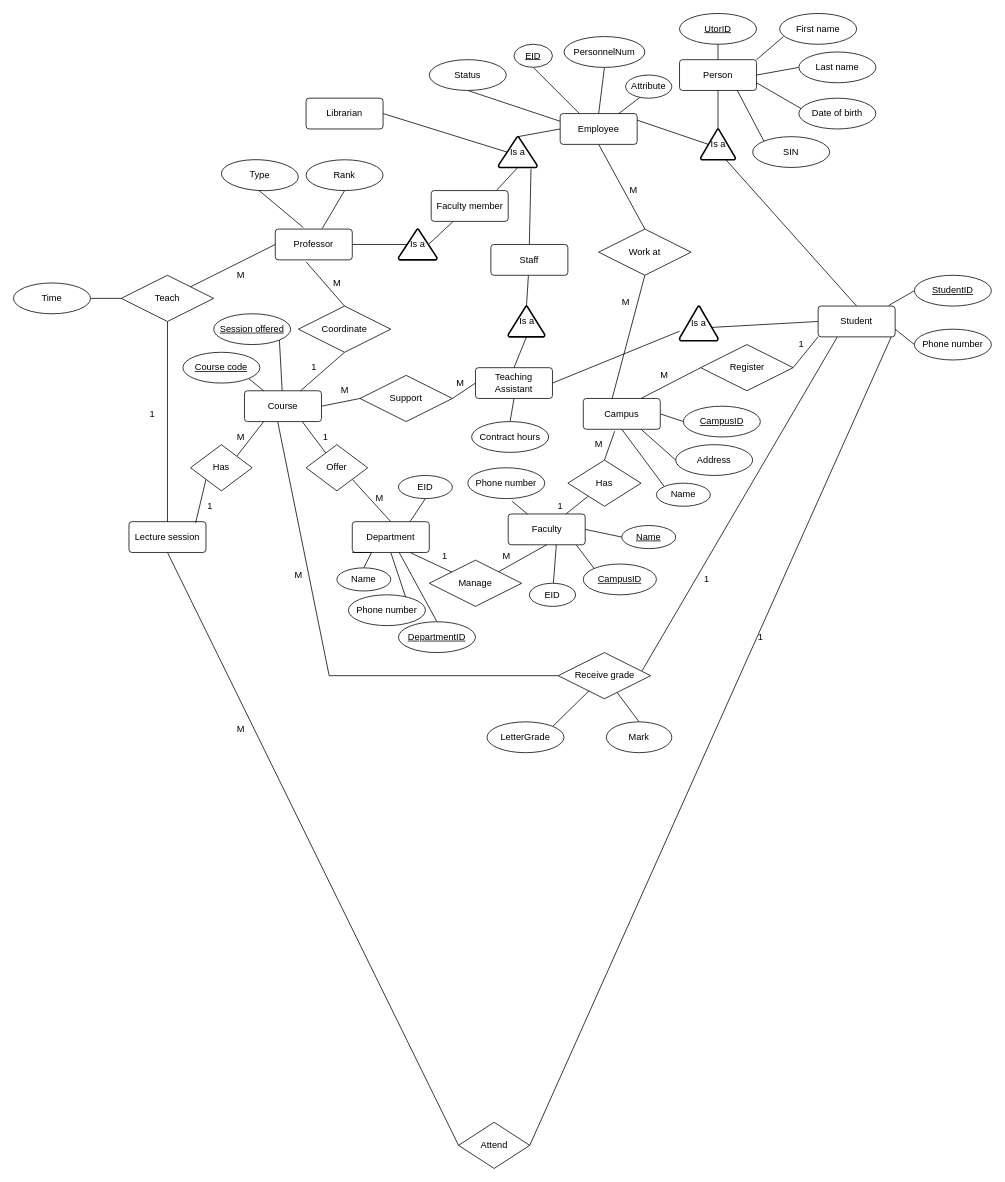
The draw.io diagram Untitled Diagram.drawio in ListenBuddy/CSC343LAB2, before the edit. Source tidied: cells renumbered, new cells numbered last; positions are measured from the earlier drawing's top-left corner, leaving out a move shared by most shapes. Both pictures are drawn from the tidied source at 77%, with x=0, y=0 at pixel (13, 13).
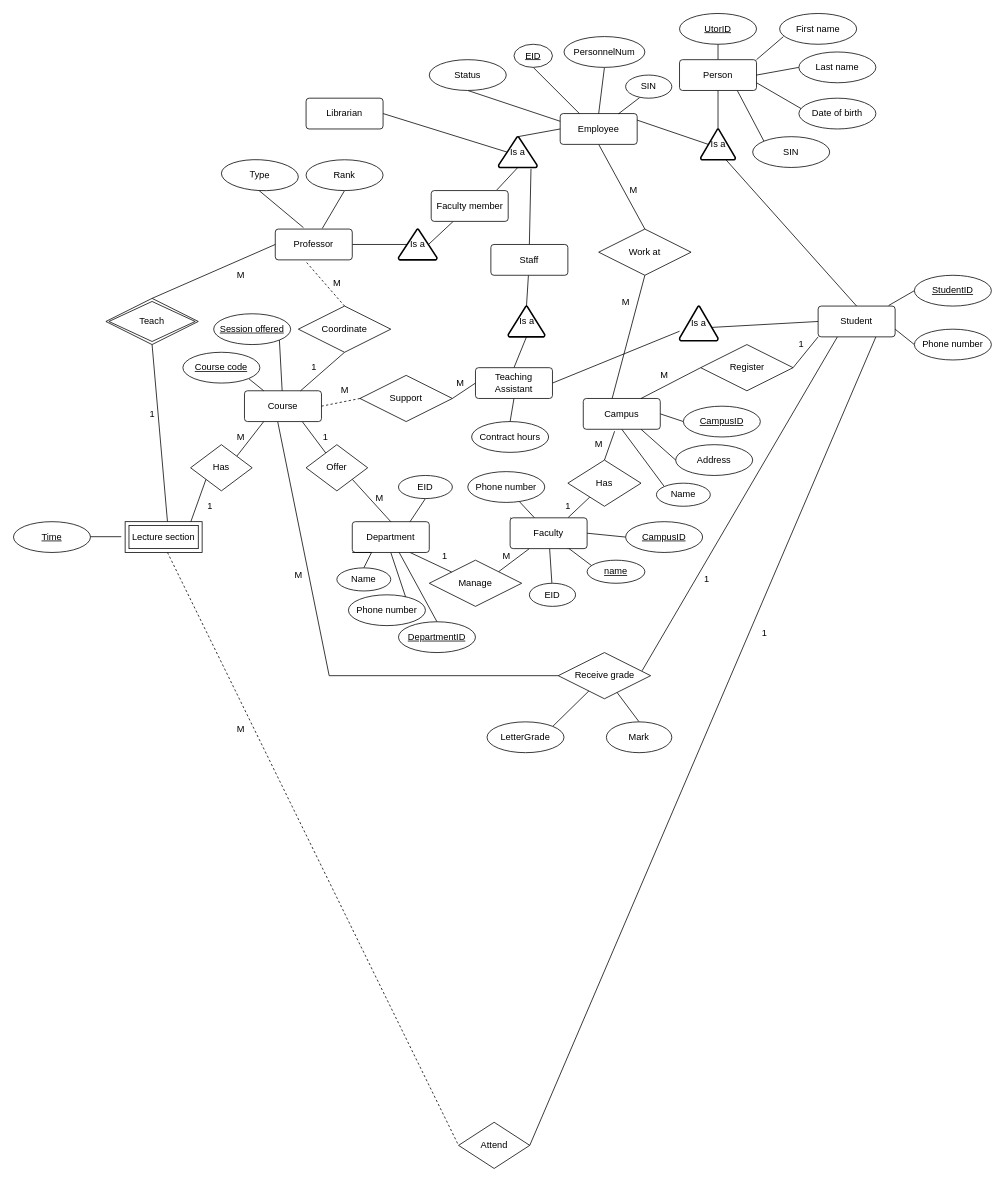
The same page after the edit.

The change refers to these unchanged cells:
```xml
<mxCell id="5" value="Manage" style="shape=rhombus;perimeter=rhombusPerimeter;whiteSpace=wrap;html=1;align=center;" parent="1" vertex="1">
  <mxGeometry x="540" y="710" width="120" height="60" as="geometry" />
</mxCell>
<mxCell id="21" value="Course" style="rounded=1;arcSize=10;whiteSpace=wrap;html=1;align=center;" parent="1" vertex="1">
  <mxGeometry x="300" y="490" width="100" height="40" as="geometry" />
</mxCell>
<mxCell id="28" value="Coordinate" style="shape=rhombus;perimeter=rhombusPerimeter;whiteSpace=wrap;html=1;align=center;" parent="1" vertex="1">
  <mxGeometry x="370" y="380" width="120" height="60" as="geometry" />
</mxCell>
<mxCell id="32" value="Professor" style="rounded=1;arcSize=10;whiteSpace=wrap;html=1;align=center;" parent="1" vertex="1">
  <mxGeometry x="340" y="280" width="100" height="40" as="geometry" />
</mxCell>
<mxCell id="34" value="Has" style="shape=rhombus;perimeter=rhombusPerimeter;whiteSpace=wrap;html=1;align=center;" parent="1" vertex="1">
  <mxGeometry x="720" y="580" width="95" height="60" as="geometry" />
</mxCell>
<mxCell id="45" value="Attend" style="shape=rhombus;perimeter=rhombusPerimeter;whiteSpace=wrap;html=1;align=center;" parent="1" vertex="1">
  <mxGeometry x="578" y="1440" width="92.5" height="60" as="geometry" />
</mxCell>
<mxCell id="74" value="Support" style="shape=rhombus;perimeter=rhombusPerimeter;whiteSpace=wrap;html=1;align=center;" parent="1" vertex="1">
  <mxGeometry x="450" y="470" width="120" height="60" as="geometry" />
</mxCell>
<mxCell id="81" value="Has" style="shape=rhombus;perimeter=rhombusPerimeter;whiteSpace=wrap;html=1;align=center;" parent="1" vertex="1">
  <mxGeometry x="230" y="560" width="80" height="60" as="geometry" />
</mxCell>
<mxCell id="86" value="Student" style="rounded=1;arcSize=10;whiteSpace=wrap;html=1;align=center;" parent="1" vertex="1">
  <mxGeometry x="1045" y="380" width="100" height="40" as="geometry" />
</mxCell>
<mxCell id="98" value="EID" style="ellipse;whiteSpace=wrap;html=1;align=center;" parent="1" vertex="1">
  <mxGeometry x="670" y="740" width="60" height="30" as="geometry" />
</mxCell>
```

Diff of the diagram source:
```diff
@@
-    <mxCell id="2" style="edgeStyle=none;rounded=0;jettySize=auto;html=1;exitX=0.75;exitY=0;exitDx=0;exitDy=0;endArrow=none;endFill=0;" parent="1" edge="1" source="3" target="34">
+    <mxCell id="2" style="edgeStyle=none;rounded=0;jettySize=auto;html=1;endArrow=none;endFill=0;exitX=0.75;exitY=0;exitDx=0;exitDy=0;" parent="1" edge="1" source="3" target="34">
       <mxGeometry relative="1" as="geometry" />
     </mxCell>
-    <mxCell id="3" value="Faculty" style="rounded=1;arcSize=10;whiteSpace=wrap;html=1;align=center;" parent="1" vertex="1">
-      <mxGeometry x="642.5" y="650" width="100" height="40" as="geometry" />
-    </mxCell>
-    <mxCell id="4" style="edgeStyle=none;rounded=0;jettySize=auto;html=1;exitX=1;exitY=0;exitDx=0;exitDy=0;entryX=0.5;entryY=1;entryDx=0;entryDy=0;endArrow=none;endFill=0;" parent="1" edge="1" source="5" target="3">
+    <mxCell id="4" style="edgeStyle=none;rounded=0;jettySize=auto;html=1;exitX=1;exitY=0;exitDx=0;exitDy=0;endArrow=none;endFill=0;entryX=0.25;entryY=1;entryDx=0;entryDy=0;" parent="1" edge="1" source="5" target="3">
       <mxGeometry relative="1" as="geometry" />
     </mxCell>
@@
-    <mxCell id="10" style="rounded=0;jettySize=auto;html=1;exitX=0;exitY=0.5;exitDx=0;exitDy=0;entryX=1;entryY=0.5;entryDx=0;entryDy=0;endArrow=none;endFill=0;" parent="1" edge="1" source="11" target="3">
+    <mxCell id="10" style="rounded=0;jettySize=auto;html=1;endArrow=none;endFill=0;entryX=1;entryY=0.5;entryDx=0;entryDy=0;exitX=0;exitY=0.5;exitDx=0;exitDy=0;" parent="1" edge="1" source="100" target="3">
       <mxGeometry relative="1" as="geometry" />
     </mxCell>
-    <mxCell id="11" value="&lt;u&gt;Name&lt;/u&gt;" style="ellipse;whiteSpace=wrap;html=1;align=center;" parent="1" vertex="1">
-      <mxGeometry x="790" y="665" width="70" height="30" as="geometry" />
-    </mxCell>
@@
-    <mxCell id="14" style="edgeStyle=none;rounded=0;jettySize=auto;html=1;exitX=0.577;exitY=1.092;exitDx=0;exitDy=0;entryX=0.25;entryY=0;entryDx=0;entryDy=0;endArrow=none;endFill=0;exitPerimeter=0;" parent="1" edge="1" source="15" target="3">
+    <mxCell id="14" style="edgeStyle=none;rounded=0;jettySize=auto;html=1;endArrow=none;endFill=0;" parent="1" edge="1" source="15" target="3">
       <mxGeometry relative="1" as="geometry" />
     </mxCell>
     <mxCell id="15" value="Phone number" style="ellipse;whiteSpace=wrap;html=1;align=center;" parent="1" vertex="1">
-      <mxGeometry x="590" y="590" width="100" height="40" as="geometry" />
+      <mxGeometry x="590" y="595" width="100" height="40" as="geometry" />
     </mxCell>
@@
-    <mxCell id="26" style="edgeStyle=none;rounded=0;jettySize=auto;html=1;exitX=0.5;exitY=0;exitDx=0;exitDy=0;entryX=0.4;entryY=1.064;entryDx=0;entryDy=0;entryPerimeter=0;endArrow=none;endFill=0;" parent="1" edge="1" source="28" target="32">
+    <mxCell id="26" style="edgeStyle=none;rounded=0;jettySize=auto;html=1;exitX=0.5;exitY=0;exitDx=0;exitDy=0;entryX=0.4;entryY=1.064;entryDx=0;entryDy=0;entryPerimeter=0;endArrow=none;endFill=0;dashed=1;" parent="1" edge="1" source="28" target="32">
       <mxGeometry relative="1" as="geometry" />
     </mxCell>
@@
-    <mxCell id="35" style="edgeStyle=none;rounded=0;jettySize=auto;html=1;exitX=0.5;exitY=1;exitDx=0;exitDy=0;entryX=0;entryY=0.5;entryDx=0;entryDy=0;endArrow=none;endFill=0;" parent="1" edge="1" source="36" target="45">
-      <mxGeometry relative="1" as="geometry" />
+    <mxCell id="35" style="edgeStyle=none;rounded=0;jettySize=auto;html=1;exitX=0.5;exitY=1;exitDx=0;exitDy=0;entryX=0;entryY=0.5;entryDx=0;entryDy=0;endArrow=none;endFill=0;dashed=1;" parent="1" edge="1" target="45">
+      <mxGeometry relative="1" as="geometry">
+        <mxPoint x="200" y="700" as="sourcePoint" />
+      </mxGeometry>
     </mxCell>
-    <mxCell id="36" value="Lecture session" style="rounded=1;arcSize=10;whiteSpace=wrap;html=1;align=center;" parent="1" vertex="1">
-      <mxGeometry x="150" y="660" width="100" height="40" as="geometry" />
-    </mxCell>
+    <mxCell id="157" style="edgeStyle=none;rounded=0;orthogonalLoop=1;jettySize=auto;html=1;exitX=0;exitY=0.5;exitDx=0;exitDy=0;entryX=1;entryY=0.5;entryDx=0;entryDy=0;endArrow=none;endFill=0;" parent="1" edge="1">
+      <mxGeometry relative="1" as="geometry">
+        <mxPoint x="140" y="679.5" as="sourcePoint" />
+        <mxPoint x="100" y="679.5" as="targetPoint" />
+      </mxGeometry>
+    </mxCell>
-    <mxCell id="37" style="rounded=0;jettySize=auto;html=1;exitX=1;exitY=0;exitDx=0;exitDy=0;entryX=0;entryY=0.5;entryDx=0;entryDy=0;endArrow=none;endFill=0;" parent="1" edge="1" source="39" target="32">
+    <mxCell id="37" style="rounded=0;jettySize=auto;html=1;exitX=0.5;exitY=0;exitDx=0;exitDy=0;entryX=0;entryY=0.5;entryDx=0;entryDy=0;endArrow=none;endFill=0;" parent="1" edge="1" source="39" target="32">
       <mxGeometry relative="1" as="geometry" />
     </mxCell>
-    <mxCell id="38" style="edgeStyle=none;rounded=0;jettySize=auto;html=1;exitX=0.5;exitY=1;exitDx=0;exitDy=0;entryX=0.5;entryY=0;entryDx=0;entryDy=0;endArrow=none;endFill=0;" parent="1" edge="1" source="39" target="36">
-      <mxGeometry relative="1" as="geometry" />
+    <mxCell id="38" style="edgeStyle=none;rounded=0;jettySize=auto;html=1;exitX=0.5;exitY=1;exitDx=0;exitDy=0;entryX=0.5;entryY=0;entryDx=0;entryDy=0;endArrow=none;endFill=0;" parent="1" edge="1" source="39">
+      <mxGeometry relative="1" as="geometry">
+        <mxPoint x="200" y="660" as="targetPoint" />
+      </mxGeometry>
     </mxCell>
-    <mxCell id="39" value="Teach" style="shape=rhombus;perimeter=rhombusPerimeter;whiteSpace=wrap;html=1;align=center;" parent="1" vertex="1">
-      <mxGeometry x="140" y="340" width="120" height="60" as="geometry" />
-    </mxCell>
@@
-    <mxCell id="41" style="edgeStyle=none;rounded=0;jettySize=auto;html=1;exitX=1;exitY=0.5;exitDx=0;exitDy=0;entryX=0;entryY=0.5;entryDx=0;entryDy=0;endArrow=none;endFill=0;" parent="1" edge="1" source="42" target="39">
-      <mxGeometry relative="1" as="geometry" />
-    </mxCell>
-    <mxCell id="42" value="Time" style="ellipse;whiteSpace=wrap;html=1;align=center;" parent="1" vertex="1">
-      <mxGeometry y="350" width="100" height="40" as="geometry" />
-    </mxCell>
-    <mxCell id="43" style="edgeStyle=none;rounded=0;orthogonalLoop=1;jettySize=auto;html=1;exitX=1;exitY=1;exitDx=0;exitDy=0;startArrow=none;startFill=0;endArrow=none;endFill=0;" parent="1" edge="1" source="39" target="39">
-      <mxGeometry relative="1" as="geometry" />
+    <mxCell id="43" style="edgeStyle=none;rounded=0;orthogonalLoop=1;jettySize=auto;html=1;exitX=1;exitY=1;exitDx=0;exitDy=0;startArrow=none;startFill=0;endArrow=none;endFill=0;" parent="1" edge="1">
+      <mxGeometry relative="1" as="geometry">
+        <mxPoint x="225" y="395" as="sourcePoint" />
+        <mxPoint x="225" y="395" as="targetPoint" />
+      </mxGeometry>
     </mxCell>
-    <mxCell id="44" style="edgeStyle=none;rounded=0;jettySize=auto;html=1;exitX=1;exitY=0.5;exitDx=0;exitDy=0;endArrow=none;endFill=0;entryX=0.95;entryY=1;entryDx=0;entryDy=0;entryPerimeter=0;" parent="1" edge="1" source="45" target="86">
+    <mxCell id="44" style="edgeStyle=none;rounded=0;jettySize=auto;html=1;exitX=1;exitY=0.5;exitDx=0;exitDy=0;endArrow=none;endFill=0;entryX=0.75;entryY=1;entryDx=0;entryDy=0;" parent="1" edge="1" source="45" target="86">
       <mxGeometry relative="1" as="geometry" />
     </mxCell>
@@
-    <mxCell id="73" style="edgeStyle=none;rounded=0;jettySize=auto;html=1;exitX=0;exitY=0.5;exitDx=0;exitDy=0;endArrow=none;endFill=0;entryX=1;entryY=0.5;entryDx=0;entryDy=0;" parent="1" edge="1" source="74" target="21">
+    <mxCell id="73" style="edgeStyle=none;rounded=0;jettySize=auto;html=1;exitX=0;exitY=0.5;exitDx=0;exitDy=0;endArrow=none;endFill=0;entryX=1;entryY=0.5;entryDx=0;entryDy=0;dashed=1;" parent="1" edge="1" source="74" target="21">
       <mxGeometry relative="1" as="geometry" />
     </mxCell>
@@
-    <mxCell id="80" style="edgeStyle=none;rounded=0;jettySize=auto;html=1;exitX=0;exitY=1;exitDx=0;exitDy=0;entryX=0.866;entryY=0.036;entryDx=0;entryDy=0;entryPerimeter=0;endArrow=none;endFill=0;" parent="1" edge="1" source="81" target="36">
-      <mxGeometry relative="1" as="geometry" />
+    <mxCell id="80" style="edgeStyle=none;rounded=0;jettySize=auto;html=1;exitX=0;exitY=1;exitDx=0;exitDy=0;endArrow=none;endFill=0;" parent="1" edge="1" source="81">
+      <mxGeometry relative="1" as="geometry">
+        <mxPoint x="230" y="661" as="targetPoint" />
+      </mxGeometry>
     </mxCell>
@@
-    <mxCell id="97" style="edgeStyle=none;rounded=0;jettySize=auto;html=1;entryX=0.625;entryY=1;entryDx=0;entryDy=0;entryPerimeter=0;endArrow=none;endFill=0;" parent="1" edge="1" source="98" target="3">
+    <mxCell id="97" style="edgeStyle=none;rounded=0;jettySize=auto;html=1;endArrow=none;endFill=0;entryX=0.513;entryY=1;entryDx=0;entryDy=0;entryPerimeter=0;" parent="1" edge="1" source="98" target="3">
       <mxGeometry relative="1" as="geometry" />
     </mxCell>
@@
-    <mxCell id="99" style="edgeStyle=none;rounded=0;jettySize=auto;html=1;exitX=0;exitY=0;exitDx=0;exitDy=0;entryX=0.885;entryY=1.009;entryDx=0;entryDy=0;entryPerimeter=0;endArrow=none;endFill=0;" parent="1" edge="1" source="100" target="3">
-      <mxGeometry relative="1" as="geometry" />
+    <mxCell id="99" style="edgeStyle=none;rounded=0;jettySize=auto;html=1;exitX=0;exitY=0;exitDx=0;exitDy=0;endArrow=none;endFill=0;" parent="1" edge="1" source="3">
+      <mxGeometry relative="1" as="geometry">
+        <mxPoint x="720.8" y="695" as="targetPoint" />
+      </mxGeometry>
     </mxCell>
-    <mxCell id="100" value="&lt;u&gt;CampusID&lt;/u&gt;" style="ellipse;whiteSpace=wrap;html=1;align=center;" parent="1" vertex="1">
-      <mxGeometry x="740" y="715" width="95" height="40" as="geometry" />
-    </mxCell>
@@
     <mxCell id="132" value="1" style="text;html=1;align=center;verticalAlign=middle;" parent="1" vertex="1">
-      <mxGeometry x="700" y="630" width="20" height="20" as="geometry" />
+      <mxGeometry x="710" y="630" width="20" height="20" as="geometry" />
     </mxCell>
@@
     <mxCell id="150" value="1" style="text;html=1;align=center;verticalAlign=middle;" parent="1" vertex="1">
-      <mxGeometry x="960" y="800" width="20" height="20" as="geometry" />
+      <mxGeometry x="965" y="795" width="20" height="20" as="geometry" />
     </mxCell>
-    <mxCell id="151" value="Attribute" style="ellipse;whiteSpace=wrap;html=1;align=center;" parent="1" vertex="1">
+    <mxCell id="151" value="SIN" style="ellipse;whiteSpace=wrap;html=1;align=center;" parent="1" vertex="1">
       <mxGeometry x="795" y="80" width="60" height="30" as="geometry" />
     </mxCell>
@@
+    <mxCell id="158" style="edgeStyle=none;rounded=0;orthogonalLoop=1;jettySize=auto;html=1;exitX=0.75;exitY=1;exitDx=0;exitDy=0;dashed=1;endArrow=none;endFill=0;" parent="1" edge="1" source="86" target="86">
+      <mxGeometry relative="1" as="geometry" />
+    </mxCell>
+    <mxCell id="159" value="Lecture section" style="shape=ext;margin=3;double=1;whiteSpace=wrap;html=1;align=center;" parent="1" vertex="1">
+      <mxGeometry x="145" y="660" width="100" height="40" as="geometry" />
+    </mxCell>
+    <mxCell id="39" value="Teach" style="shape=rhombus;double=1;perimeter=rhombusPerimeter;whiteSpace=wrap;html=1;align=center;" parent="1" vertex="1">
+      <mxGeometry x="120" y="370" width="120" height="60" as="geometry" />
+    </mxCell>
+    <mxCell id="3" value="Faculty" style="rounded=1;arcSize=10;whiteSpace=wrap;html=1;align=center;" parent="1" vertex="1">
+      <mxGeometry x="645" y="655" width="100" height="40" as="geometry" />
+    </mxCell>
+    <mxCell id="160" style="edgeStyle=none;rounded=0;jettySize=auto;html=1;exitX=0.082;exitY=0.245;exitDx=0;exitDy=0;endArrow=none;endFill=0;exitPerimeter=0;" parent="1" edge="1" source="161" target="3">
+      <mxGeometry relative="1" as="geometry" />
+    </mxCell>
+    <mxCell id="161" value="name" style="ellipse;whiteSpace=wrap;html=1;align=center;fontStyle=4;" parent="1" vertex="1">
+      <mxGeometry x="745" y="710" width="75" height="30" as="geometry" />
+    </mxCell>
+    <mxCell id="100" value="CampusID" style="ellipse;whiteSpace=wrap;html=1;align=center;fontStyle=4;" parent="1" vertex="1">
+      <mxGeometry x="795" y="660" width="100" height="40" as="geometry" />
+    </mxCell>
+    <mxCell id="42" value="Time" style="ellipse;whiteSpace=wrap;html=1;align=center;fontStyle=4;" parent="1" vertex="1">
+      <mxGeometry y="660" width="100" height="40" as="geometry" />
+    </mxCell>
```
